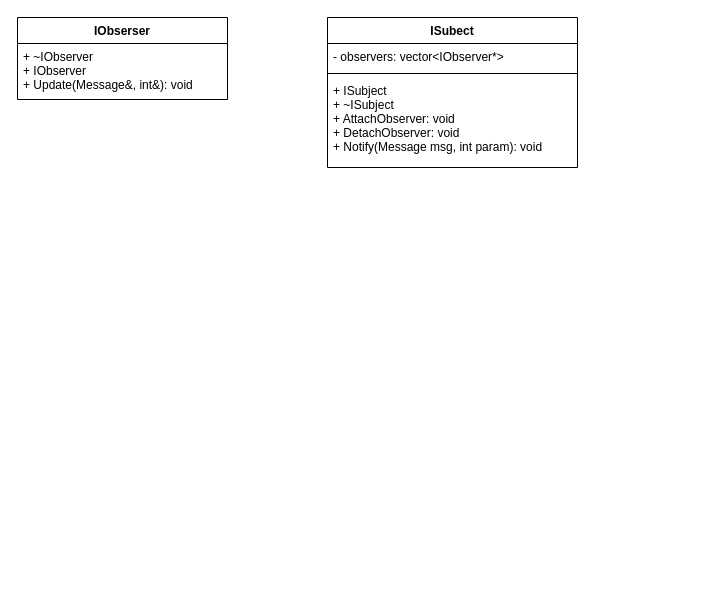
The draw.io diagram UMLDiagram.drawio in foreboding-sky/RainbowLands, before the edit. Source tidied: cells renumbered, new cells numbered last; positions are measured from the earlier drawing's top-left corner, leaving out a move shared by most shapes. Both pictures are drawn from the tidied source at 100%, with x=0, y=0 at pixel (17, 17).
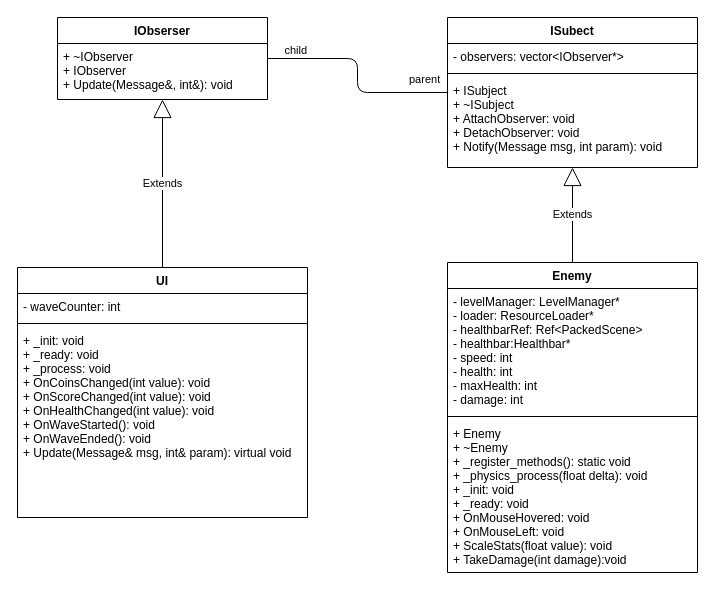
After the change.

Diff of the diagram source:
```diff
@@
     <mxCell id="2" value="IObserser" style="swimlane;fontStyle=1;align=center;verticalAlign=top;horizontal=1;startSize=26;" parent="1" vertex="1">
-      <mxGeometry width="210" height="82" as="geometry" />
+      <mxGeometry x="40" width="210" height="82" as="geometry" />
     </mxCell>
@@
     <mxCell id="4" value="ISubect" style="swimlane;fontStyle=1;align=center;verticalAlign=top;horizontal=1;startSize=26;" parent="1" vertex="1">
-      <mxGeometry x="310" width="250" height="150" as="geometry" />
+      <mxGeometry x="430" width="250" height="150" as="geometry" />
     </mxCell>
@@
+    <mxCell id="8" value="UI" style="swimlane;fontStyle=1;align=center;verticalAlign=top;horizontal=1;startSize=26;" parent="1" vertex="1">
+      <mxGeometry y="250" width="290" height="250" as="geometry" />
+    </mxCell>
+    <mxCell id="9" value="- waveCounter: int" style="text;strokeColor=none;fillColor=none;align=left;verticalAlign=top;spacingLeft=4;spacingRight=4;overflow=hidden;" parent="8" vertex="1">
+      <mxGeometry y="26" width="290" height="26" as="geometry" />
+    </mxCell>
+    <mxCell id="10" style="line;strokeWidth=1;fillColor=none;align=left;verticalAlign=middle;spacingTop=-1;spacingLeft=3;spacingRight=3;labelPosition=right;" parent="8" vertex="1">
+      <mxGeometry y="52" width="290" height="8" as="geometry" />
+    </mxCell>
+    <mxCell id="11" value="+ _init: void&#10;+ _ready: void&#10;+ _process: void&#10;+ OnCoinsChanged(int value): void&#10;+ OnScoreChanged(int value): void&#10;+ OnHealthChanged(int value): void&#10;+ OnWaveStarted(): void&#10;+ OnWaveEnded(): void&#10;+ Update(Message&amp; msg, int&amp; param): virtual void" style="text;strokeColor=none;fillColor=none;align=left;verticalAlign=top;spacingLeft=4;spacingRight=4;overflow=hidden;" parent="8" vertex="1">
+      <mxGeometry y="60" width="290" height="190" as="geometry" />
+    </mxCell>
+    <mxCell id="12" value="Extends" style="endArrow=block;endSize=16;endFill=0;html=1;exitX=0.5;exitY=0;exitDx=0;exitDy=0;" parent="1" edge="1" source="8" target="2">
+      <mxGeometry relative="1" as="geometry" />
+    </mxCell>
+    <mxCell id="13" style="endArrow=none;html=1;edgeStyle=orthogonalEdgeStyle;" parent="1" edge="1" source="4" target="2">
+      <mxGeometry relative="1" as="geometry" />
+    </mxCell>
+    <mxCell id="14" value="parent" style="edgeLabel;html=1;align=left;verticalAlign=bottom;" parent="13" vertex="1">
+      <mxGeometry x="-1" relative="1" as="geometry">
+        <mxPoint x="-40" y="-5" as="offset" />
+      </mxGeometry>
+    </mxCell>
+    <mxCell id="15" value="child" style="edgeLabel;html=1;align=right;verticalAlign=bottom;" parent="13" vertex="1">
+      <mxGeometry x="1" relative="1" as="geometry">
+        <mxPoint x="40" as="offset" />
+      </mxGeometry>
+    </mxCell>
+    <mxCell id="16" value="Enemy" style="swimlane;fontStyle=1;align=center;verticalAlign=top;horizontal=1;startSize=26;" parent="1" vertex="1">
+      <mxGeometry x="430" y="245" width="250" height="310" as="geometry" />
+    </mxCell>
+    <mxCell id="17" value="- levelManager: LevelManager*&#10;- loader: ResourceLoader*&#10;- healthbarRef: Ref&lt;PackedScene&gt;&#10;- healthbar:Healthbar*&#10;- speed: int &#10;- health: int &#10;- maxHealth: int &#10;- damage: int" style="text;strokeColor=none;fillColor=none;align=left;verticalAlign=top;spacingLeft=4;spacingRight=4;overflow=hidden;" parent="16" vertex="1">
+      <mxGeometry y="26" width="250" height="124" as="geometry" />
+    </mxCell>
+    <mxCell id="18" style="line;strokeWidth=1;fillColor=none;align=left;verticalAlign=middle;spacingTop=-1;spacingLeft=3;spacingRight=3;labelPosition=right;" parent="16" vertex="1">
+      <mxGeometry y="150" width="250" height="8" as="geometry" />
+    </mxCell>
+    <mxCell id="19" value="+ Enemy&#10;+ ~Enemy&#10;+ _register_methods(): static void &#10;+ _physics_process(float delta): void &#10;+ _init: void &#10;+ _ready: void &#10;+ OnMouseHovered: void &#10;+ OnMouseLeft: void &#10;+ ScaleStats(float value): void &#10;+ TakeDamage(int damage):void " style="text;strokeColor=none;fillColor=none;align=left;verticalAlign=top;spacingLeft=4;spacingRight=4;overflow=hidden;" parent="16" vertex="1">
+      <mxGeometry y="158" width="250" height="152" as="geometry" />
+    </mxCell>
+    <mxCell id="20" value="Extends" style="endArrow=block;endSize=16;endFill=0;html=1;" parent="1" edge="1" source="16" target="4">
+      <mxGeometry relative="1" as="geometry" />
+    </mxCell>
```
